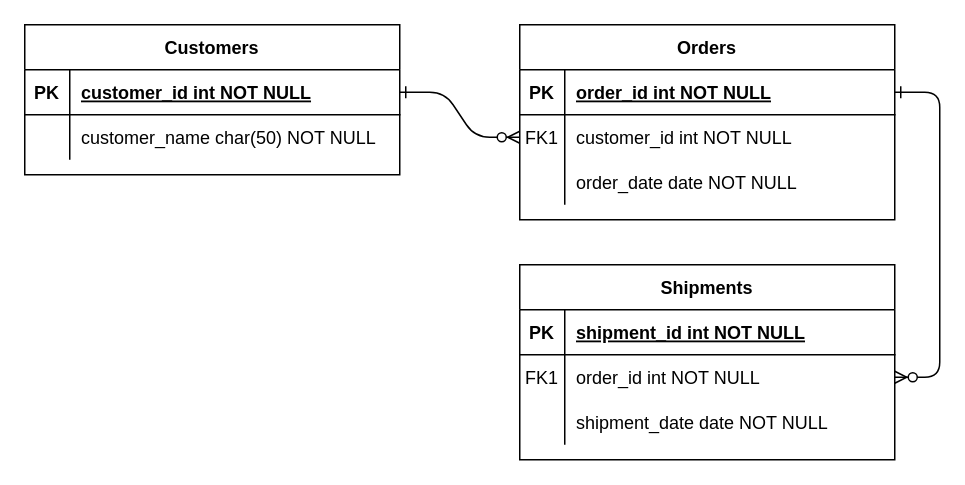
Earlier version of the draw.io diagram document/project-board-erd.drawio (huijin-kim/fastcampus-project-board). Source tidied: cells renumbered, new cells numbered last; positions are measured from the earlier drawing's top-left corner, leaving out a move shared by most shapes. Both pictures are drawn from the tidied source at 150%, with x=0, y=0 at pixel (24, 24).
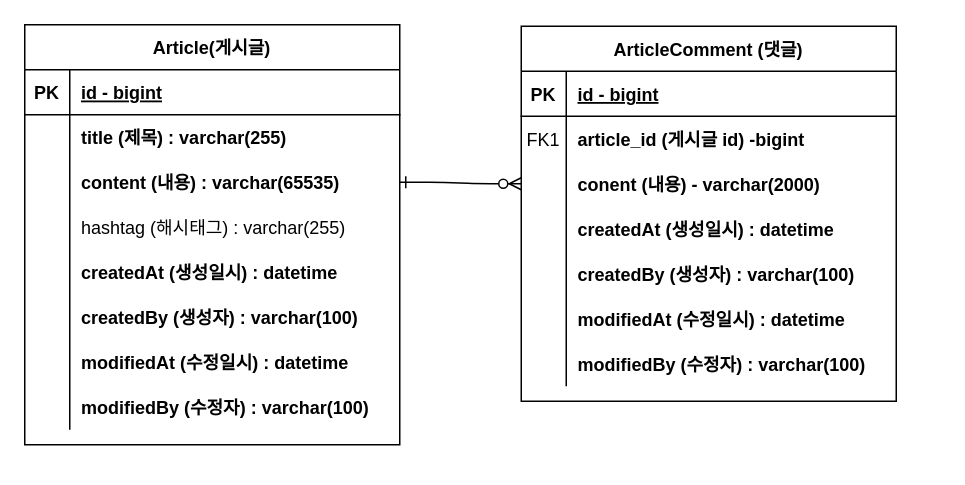
Above is the later version.

Unchanged cells that the change refers to:
```xml
<mxCell id="5" style="shape=partialRectangle;fillColor=none;points=[[0,0.5],[1,0.5]];portConstraint=eastwest;top=0;left=0;right=0;bottom=1;" parent="4" vertex="1">
  <mxGeometry y="30" width="250" height="30" as="geometry" />
</mxCell>
<mxCell id="8" style="shape=partialRectangle;fillColor=none;points=[[0,0.5],[1,0.5]];portConstraint=eastwest;top=0;left=0;right=0;bottom=0;" parent="4" vertex="1">
  <mxGeometry y="60" width="250" height="30" as="geometry" />
</mxCell>
<mxCell id="11" style="shape=partialRectangle;fillColor=none;points=[[0,0.5],[1,0.5]];portConstraint=eastwest;top=0;left=0;right=0;bottom=0;" parent="4" vertex="1">
  <mxGeometry y="90" width="250" height="30" as="geometry" />
</mxCell>
<mxCell id="25" style="shape=partialRectangle;fillColor=none;points=[[0,0.5],[1,0.5]];portConstraint=eastwest;top=0;left=0;right=0;bottom=1;" parent="24" vertex="1">
  <mxGeometry y="30" width="250" height="30" as="geometry" />
</mxCell>
<mxCell id="28" style="shape=partialRectangle;fillColor=none;top=0;left=0;right=0;bottom=0;" parent="24" vertex="1">
  <mxGeometry y="60" width="250" height="30" as="geometry" />
</mxCell>
```

The edit, as a diff of the source:
```diff
@@
-    <mxCell id="2" style="edgeStyle=entityRelationEdgeStyle;endArrow=ERzeroToMany;startArrow=ERone;endFill=1;startFill=0;" parent="1" edge="1" source="25" target="8">
+    <mxCell id="2" style="edgeStyle=entityRelationEdgeStyle;endArrow=ERzeroToMany;startArrow=ERone;endFill=1;startFill=0;exitX=1;exitY=0.5;exitDx=0;exitDy=0;entryX=0;entryY=0.5;entryDx=0;entryDy=0;" parent="1" edge="1" source="21" target="11">
       <mxGeometry relative="1" as="geometry" />
     </mxCell>
-    <mxCell id="3" style="edgeStyle=entityRelationEdgeStyle;endArrow=ERzeroToMany;startArrow=ERone;endFill=1;startFill=0;" parent="1" edge="1" source="5" target="18">
-      <mxGeometry relative="1" as="geometry" />
-    </mxCell>
-    <mxCell id="4" value="Orders" style="shape=table;startSize=30;childLayout=tableLayout;rowLines=0;fontStyle=1;align=center;" parent="1" vertex="1">
-      <mxGeometry x="330" width="250" height="130" as="geometry" />
+    <mxCell id="4" value="ArticleComment (댓글)" style="shape=table;startSize=30;childLayout=tableLayout;rowLines=0;fontStyle=1;align=center;" parent="1" vertex="1">
+      <mxGeometry x="331" y="1" width="250" height="250" as="geometry" />
     </mxCell>
@@
-    <mxCell id="7" value="order_id int NOT NULL " style="shape=partialRectangle;overflow=hidden;fillColor=none;top=0;left=0;bottom=0;right=0;align=left;spacingLeft=6;fontStyle=5;" parent="5" vertex="1">
+    <mxCell id="7" value="id - bigint" style="shape=partialRectangle;overflow=hidden;fillColor=none;top=0;left=0;bottom=0;right=0;align=left;spacingLeft=6;fontStyle=5;" parent="5" vertex="1">
       <mxGeometry x="30" width="220" height="30" as="geometry" />
     </mxCell>
@@
-    <mxCell id="10" value="customer_id int NOT NULL" style="shape=partialRectangle;overflow=hidden;fillColor=none;top=0;left=0;bottom=0;right=0;align=left;spacingLeft=6;" parent="8" vertex="1">
+    <mxCell id="10" value="article_id (게시글 id) -bigint" style="shape=partialRectangle;overflow=hidden;fillColor=none;top=0;left=0;bottom=0;right=0;align=left;spacingLeft=6;fontStyle=1;" parent="8" vertex="1">
       <mxGeometry x="30" width="220" height="30" as="geometry" />
     </mxCell>
@@
-    <mxCell id="13" value="order_date date NOT NULL" style="shape=partialRectangle;overflow=hidden;fillColor=none;top=0;left=0;bottom=0;right=0;align=left;spacingLeft=6;" parent="11" vertex="1">
+    <mxCell id="13" value="conent (내용) - varchar(2000)" style="shape=partialRectangle;overflow=hidden;fillColor=none;top=0;left=0;bottom=0;right=0;align=left;spacingLeft=6;fontStyle=1;" parent="11" vertex="1">
       <mxGeometry x="30" width="220" height="30" as="geometry" />
     </mxCell>
-    <mxCell id="14" value="Shipments" style="shape=table;startSize=30;childLayout=tableLayout;rowLines=0;fontStyle=1;align=center;" parent="1" vertex="1">
-      <mxGeometry x="330" y="160" width="250" height="130" as="geometry" />
-    </mxCell>
-    <mxCell id="15" style="shape=partialRectangle;fillColor=none;top=0;left=0;right=0;bottom=1;" parent="14" vertex="1">
-      <mxGeometry y="30" width="250" height="30" as="geometry" />
-    </mxCell>
-    <mxCell id="16" value="PK" style="shape=partialRectangle;overflow=hidden;fillColor=none;top=0;left=0;bottom=0;right=0;fontStyle=1;" parent="15" vertex="1">
-      <mxGeometry width="30" height="30" as="geometry" />
-    </mxCell>
-    <mxCell id="17" value="shipment_id int NOT NULL " style="shape=partialRectangle;overflow=hidden;fillColor=none;top=0;left=0;bottom=0;right=0;align=left;spacingLeft=6;fontStyle=5;" parent="15" vertex="1">
-      <mxGeometry x="30" width="220" height="30" as="geometry" />
-    </mxCell>
-    <mxCell id="18" style="shape=partialRectangle;fillColor=none;points=[[0,0.5],[1,0.5]];portConstraint=eastwest;top=0;left=0;right=0;bottom=0;" parent="14" vertex="1">
-      <mxGeometry y="60" width="250" height="30" as="geometry" />
-    </mxCell>
-    <mxCell id="19" value="FK1" style="shape=partialRectangle;overflow=hidden;fillColor=none;top=0;left=0;bottom=0;right=0;" parent="18" vertex="1">
-      <mxGeometry width="30" height="30" as="geometry" />
-    </mxCell>
-    <mxCell id="20" value="order_id int NOT NULL" style="shape=partialRectangle;overflow=hidden;fillColor=none;top=0;left=0;bottom=0;right=0;align=left;spacingLeft=6;" parent="18" vertex="1">
-      <mxGeometry x="30" width="220" height="30" as="geometry" />
-    </mxCell>
-    <mxCell id="21" style="shape=partialRectangle;fillColor=none;points=[[0,0.5],[1,0.5]];portConstraint=eastwest;top=0;left=0;right=0;bottom=0;" parent="14" vertex="1">
-      <mxGeometry y="90" width="250" height="30" as="geometry" />
-    </mxCell>
-    <mxCell id="22" style="shape=partialRectangle;overflow=hidden;fillColor=none;top=0;left=0;bottom=0;right=0;" parent="21" vertex="1">
-      <mxGeometry width="30" height="30" as="geometry" />
-    </mxCell>
-    <mxCell id="23" value="shipment_date date NOT NULL" style="shape=partialRectangle;overflow=hidden;fillColor=none;top=0;left=0;bottom=0;right=0;align=left;spacingLeft=6;" parent="21" vertex="1">
-      <mxGeometry x="30" width="220" height="30" as="geometry" />
-    </mxCell>
+    <mxCell id="31" style="shape=partialRectangle;fillColor=none;top=0;left=0;right=0;bottom=0;" parent="4" vertex="1">
+      <mxGeometry y="120" width="250" height="30" as="geometry" />
+    </mxCell>
+    <mxCell id="32" style="shape=partialRectangle;overflow=hidden;fillColor=none;top=0;left=0;bottom=0;right=0;" parent="31" vertex="1">
+      <mxGeometry width="30" height="30" as="geometry" />
+    </mxCell>
+    <mxCell id="33" value="createdAt (생성일시) : datetime" style="shape=partialRectangle;overflow=hidden;fillColor=none;top=0;left=0;bottom=0;right=0;align=left;spacingLeft=6;fontStyle=1;" parent="31" vertex="1">
+      <mxGeometry x="30" width="220" height="30" as="geometry" />
+    </mxCell>
+    <mxCell id="34" style="shape=partialRectangle;fillColor=none;top=0;left=0;right=0;bottom=0;" parent="4" vertex="1">
+      <mxGeometry y="150" width="250" height="30" as="geometry" />
+    </mxCell>
+    <mxCell id="35" style="shape=partialRectangle;overflow=hidden;fillColor=none;top=0;left=0;bottom=0;right=0;" parent="34" vertex="1">
+      <mxGeometry width="30" height="30" as="geometry" />
+    </mxCell>
+    <mxCell id="36" value="createdBy (생성자) : varchar(100)" style="shape=partialRectangle;overflow=hidden;fillColor=none;top=0;left=0;bottom=0;right=0;align=left;spacingLeft=6;fontStyle=1;" parent="34" vertex="1">
+      <mxGeometry x="30" width="220" height="30" as="geometry" />
+    </mxCell>
+    <mxCell id="37" style="shape=partialRectangle;fillColor=none;top=0;left=0;right=0;bottom=0;" parent="4" vertex="1">
+      <mxGeometry y="180" width="250" height="30" as="geometry" />
+    </mxCell>
+    <mxCell id="38" style="shape=partialRectangle;overflow=hidden;fillColor=none;top=0;left=0;bottom=0;right=0;" parent="37" vertex="1">
+      <mxGeometry width="30" height="30" as="geometry" />
+    </mxCell>
+    <mxCell id="39" value="modifiedAt (수정일시) : datetime" style="shape=partialRectangle;overflow=hidden;fillColor=none;top=0;left=0;bottom=0;right=0;align=left;spacingLeft=6;fontStyle=1;" parent="37" vertex="1">
+      <mxGeometry x="30" width="220" height="30" as="geometry" />
+    </mxCell>
+    <mxCell id="40" style="shape=partialRectangle;fillColor=none;top=0;left=0;right=0;bottom=0;" parent="4" vertex="1">
+      <mxGeometry y="210" width="250" height="30" as="geometry" />
+    </mxCell>
+    <mxCell id="41" style="shape=partialRectangle;overflow=hidden;fillColor=none;top=0;left=0;bottom=0;right=0;" parent="40" vertex="1">
+      <mxGeometry width="30" height="30" as="geometry" />
+    </mxCell>
+    <mxCell id="42" value="modifiedBy (수정자) : varchar(100)" style="shape=partialRectangle;overflow=hidden;fillColor=none;top=0;left=0;bottom=0;right=0;align=left;spacingLeft=6;fontStyle=1;" parent="40" vertex="1">
+      <mxGeometry x="30" width="220" height="30" as="geometry" />
+    </mxCell>
-    <mxCell id="24" value="Customers" style="shape=table;startSize=30;childLayout=tableLayout;rowLines=0;fontStyle=1;align=center;" parent="1" vertex="1">
-      <mxGeometry width="250" height="100" as="geometry" />
+    <mxCell id="24" value="Article(게시글)" style="shape=table;startSize=30;childLayout=tableLayout;rowLines=0;fontStyle=1;align=center;" parent="1" vertex="1">
+      <mxGeometry width="250" height="280" as="geometry" />
     </mxCell>
@@
-    <mxCell id="27" value="customer_id int NOT NULL " style="shape=partialRectangle;overflow=hidden;fillColor=none;top=0;left=0;bottom=0;right=0;align=left;spacingLeft=6;fontStyle=5;" parent="25" vertex="1">
+    <mxCell id="27" value="id - bigint" style="shape=partialRectangle;overflow=hidden;fillColor=none;top=0;left=0;bottom=0;right=0;align=left;spacingLeft=6;fontStyle=5;" parent="25" vertex="1">
       <mxGeometry x="30" width="220" height="30" as="geometry" />
     </mxCell>
@@
-    <mxCell id="30" value="customer_name char(50) NOT NULL" style="shape=partialRectangle;overflow=hidden;fillColor=none;top=0;left=0;bottom=0;right=0;align=left;spacingLeft=6;" parent="28" vertex="1">
+    <mxCell id="30" value="title (제목) : varchar(255)" style="shape=partialRectangle;overflow=hidden;fillColor=none;top=0;left=0;bottom=0;right=0;align=left;spacingLeft=6;fontStyle=1;" parent="28" vertex="1">
       <mxGeometry x="30" width="220" height="30" as="geometry" />
     </mxCell>
+    <mxCell id="21" style="shape=partialRectangle;fillColor=none;points=[[0,0.5],[1,0.5]];portConstraint=eastwest;top=0;left=0;right=0;bottom=0;" parent="24" vertex="1">
+      <mxGeometry y="90" width="250" height="30" as="geometry" />
+    </mxCell>
+    <mxCell id="43" style="shape=partialRectangle;overflow=hidden;fillColor=none;top=0;left=0;bottom=0;right=0;" parent="21" vertex="1">
+      <mxGeometry width="30" height="30" as="geometry" />
+    </mxCell>
+    <mxCell id="44" value="content (내용) : varchar(65535)" style="shape=partialRectangle;overflow=hidden;fillColor=none;top=0;left=0;bottom=0;right=0;align=left;spacingLeft=6;fontStyle=1;" parent="21" vertex="1">
+      <mxGeometry x="30" width="220" height="30" as="geometry" />
+    </mxCell>
+    <mxCell id="45" style="shape=partialRectangle;fillColor=none;top=0;left=0;right=0;bottom=0;" parent="24" vertex="1">
+      <mxGeometry y="120" width="250" height="30" as="geometry" />
+    </mxCell>
+    <mxCell id="46" style="shape=partialRectangle;overflow=hidden;fillColor=none;top=0;left=0;bottom=0;right=0;" parent="45" vertex="1">
+      <mxGeometry width="30" height="30" as="geometry" />
+    </mxCell>
+    <mxCell id="47" value="hashtag (해시태그) : varchar(255)" style="shape=partialRectangle;overflow=hidden;fillColor=none;top=0;left=0;bottom=0;right=0;align=left;spacingLeft=6;" parent="45" vertex="1">
+      <mxGeometry x="30" width="220" height="30" as="geometry" />
+    </mxCell>
+    <mxCell id="48" style="shape=partialRectangle;fillColor=none;top=0;left=0;right=0;bottom=0;" parent="24" vertex="1">
+      <mxGeometry y="150" width="250" height="30" as="geometry" />
+    </mxCell>
+    <mxCell id="49" style="shape=partialRectangle;overflow=hidden;fillColor=none;top=0;left=0;bottom=0;right=0;" parent="48" vertex="1">
+      <mxGeometry width="30" height="30" as="geometry" />
+    </mxCell>
+    <mxCell id="50" value="createdAt (생성일시) : datetime" style="shape=partialRectangle;overflow=hidden;fillColor=none;top=0;left=0;bottom=0;right=0;align=left;spacingLeft=6;fontStyle=1;" parent="48" vertex="1">
+      <mxGeometry x="30" width="220" height="30" as="geometry" />
+    </mxCell>
+    <mxCell id="51" style="shape=partialRectangle;fillColor=none;top=0;left=0;right=0;bottom=0;" parent="24" vertex="1">
+      <mxGeometry y="180" width="250" height="30" as="geometry" />
+    </mxCell>
+    <mxCell id="52" style="shape=partialRectangle;overflow=hidden;fillColor=none;top=0;left=0;bottom=0;right=0;" parent="51" vertex="1">
+      <mxGeometry width="30" height="30" as="geometry" />
+    </mxCell>
+    <mxCell id="53" value="createdBy (생성자) : varchar(100)" style="shape=partialRectangle;overflow=hidden;fillColor=none;top=0;left=0;bottom=0;right=0;align=left;spacingLeft=6;fontStyle=1;" parent="51" vertex="1">
+      <mxGeometry x="30" width="220" height="30" as="geometry" />
+    </mxCell>
+    <mxCell id="54" style="shape=partialRectangle;fillColor=none;top=0;left=0;right=0;bottom=0;" parent="24" vertex="1">
+      <mxGeometry y="210" width="250" height="30" as="geometry" />
+    </mxCell>
+    <mxCell id="55" style="shape=partialRectangle;overflow=hidden;fillColor=none;top=0;left=0;bottom=0;right=0;" parent="54" vertex="1">
+      <mxGeometry width="30" height="30" as="geometry" />
+    </mxCell>
+    <mxCell id="56" value="modifiedAt (수정일시) : datetime" style="shape=partialRectangle;overflow=hidden;fillColor=none;top=0;left=0;bottom=0;right=0;align=left;spacingLeft=6;fontStyle=1;" parent="54" vertex="1">
+      <mxGeometry x="30" width="220" height="30" as="geometry" />
+    </mxCell>
+    <mxCell id="57" style="shape=partialRectangle;fillColor=none;top=0;left=0;right=0;bottom=0;" parent="24" vertex="1">
+      <mxGeometry y="240" width="250" height="30" as="geometry" />
+    </mxCell>
+    <mxCell id="58" style="shape=partialRectangle;overflow=hidden;fillColor=none;top=0;left=0;bottom=0;right=0;" parent="57" vertex="1">
+      <mxGeometry width="30" height="30" as="geometry" />
+    </mxCell>
+    <mxCell id="59" value="modifiedBy (수정자) : varchar(100)" style="shape=partialRectangle;overflow=hidden;fillColor=none;top=0;left=0;bottom=0;right=0;align=left;spacingLeft=6;fontStyle=1;" parent="57" vertex="1">
+      <mxGeometry x="30" width="220" height="30" as="geometry" />
+    </mxCell>
```
